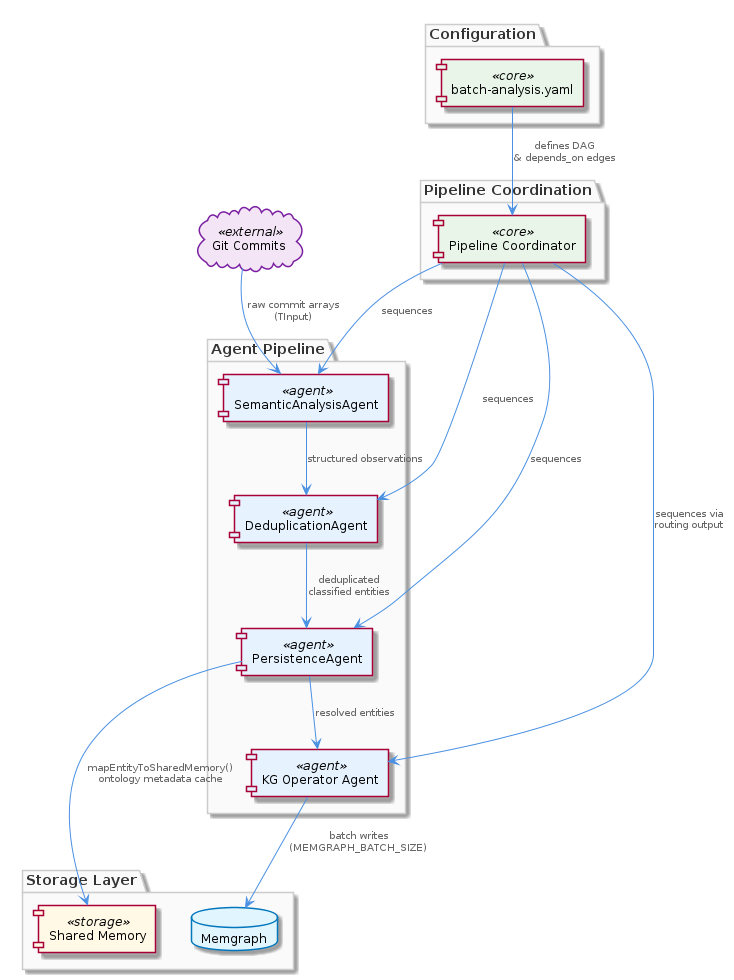
The PlantUML diagram knowledge-management/insights/images/pipeline-architecture.png in fwornle/coding, before a commit. Its source is kept beside it as .data/knowledge-graph/insights/puml/pipeline-architecture.puml.
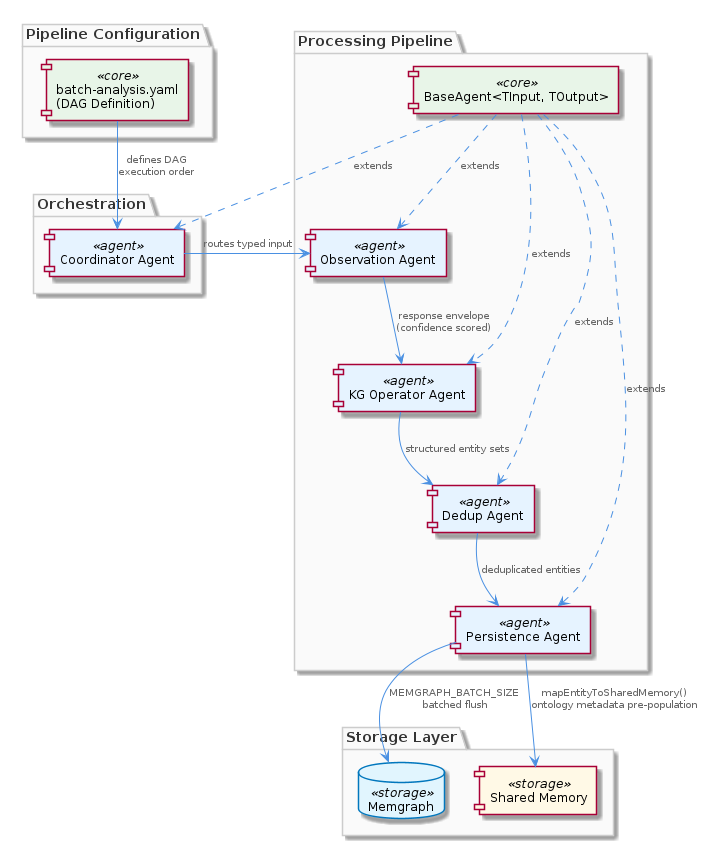
The same file after the commit.

What changed in the source:
```diff
@@ -1,41 +1,41 @@
 @startuml
 !include /coding/docs/puml/_standard-style.puml
 
-cloud "Git Commits" as gitcommits <<external>>
-
-package "Configuration" {
-  component "batch-analysis.yaml" as yaml <<core>>
+package "Pipeline Configuration" {
+  component "batch-analysis.yaml\n(DAG Definition)" as dagConfig <<core>>
 }
 
-package "Pipeline Coordination" {
-  component "Pipeline Coordinator" as coordinator <<core>>
+package "Orchestration" {
+  component "Coordinator Agent" as coordinator <<agent>>
 }
 
-package "Agent Pipeline" {
-  component "SemanticAnalysisAgent" as semantic <<agent>>
-  component "DeduplicationAgent" as dedup <<agent>>
-  component "PersistenceAgent" as persistence <<agent>>
-  component "KG Operator Agent" as kgop <<agent>>
+package "Processing Pipeline" {
+  component "BaseAgent<TInput, TOutput>" as baseAgent <<core>>
+  component "Observation Agent" as obsAgent <<agent>>
+  component "KG Operator Agent" as kgAgent <<agent>>
+  component "Dedup Agent" as dedupAgent <<agent>>
+  component "Persistence Agent" as persistAgent <<agent>>
 }
 
 package "Storage Layer" {
-  component "Shared Memory" as sharedmem <<storage>>
-  database "Memgraph" as memgraph
+  database "Memgraph" as memgraph <<storage>>
+  component "Shared Memory" as sharedMem <<storage>>
 }
 
-yaml --> coordinator : "defines DAG\n& depends_on edges"
+dagConfig --> coordinator : "defines DAG\nexecution order"
 
-gitcommits --> semantic : "raw commit arrays\n(TInput)"
+coordinator --> obsAgent : "routes typed input"
+obsAgent --> kgAgent : "response envelope\n(confidence scored)"
+kgAgent --> dedupAgent : "structured entity sets"
+dedupAgent --> persistAgent : "deduplicated entities"
 
-coordinator --> semantic : "sequences"
-coordinator --> dedup : "sequences"
-coordinator --> persistence : "sequences"
-coordinator --> kgop : "sequences via\nrouting output"
+baseAgent ..> coordinator : "extends"
+baseAgent ..> obsAgent : "extends"
+baseAgent ..> kgAgent : "extends"
+baseAgent ..> dedupAgent : "extends"
+baseAgent ..> persistAgent : "extends"
 
-semantic --> dedup : "structured observations"
-dedup --> persistence : "deduplicated\nclassified entities"
-persistence --> sharedmem : "mapEntityToSharedMemory()\nontology metadata cache"
-persistence --> kgop : "resolved entities"
-kgop --> memgraph : "batch writes\n(MEMGRAPH_BATCH_SIZE)"
+persistAgent --> sharedMem : "mapEntityToSharedMemory()\nontology metadata pre-population"
+persistAgent --> memgraph : "MEMGRAPH_BATCH_SIZE\nbatched flush"
 
 @enduml
```
